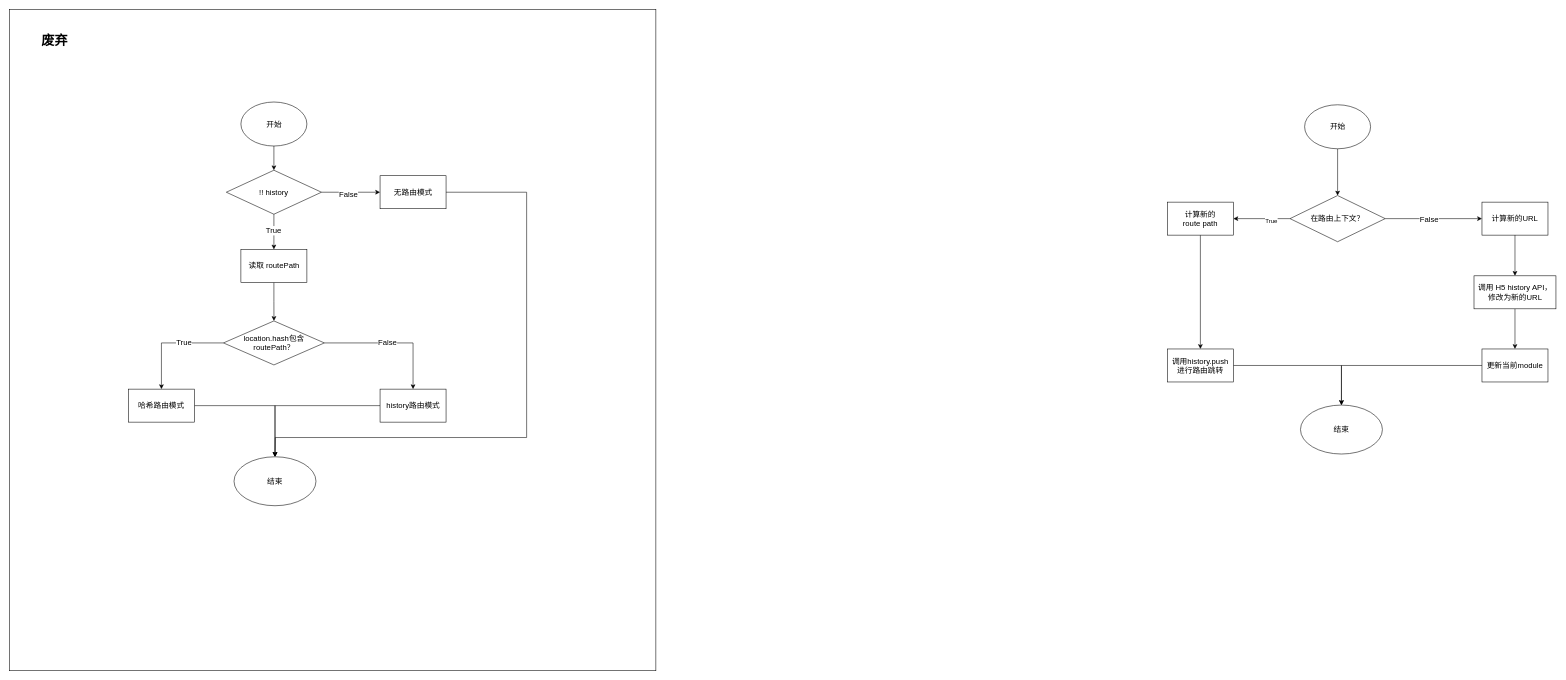
The draw.io diagram URL Manipulation.drawio in Zsynuting/diagram, before the edit. Source tidied: cells renumbered, new cells numbered last; positions are measured from the earlier drawing's top-left corner, leaving out a move shared by most shapes. Both pictures are drawn from the tidied source at 55%, with x=0, y=0 at pixel (9, 9).
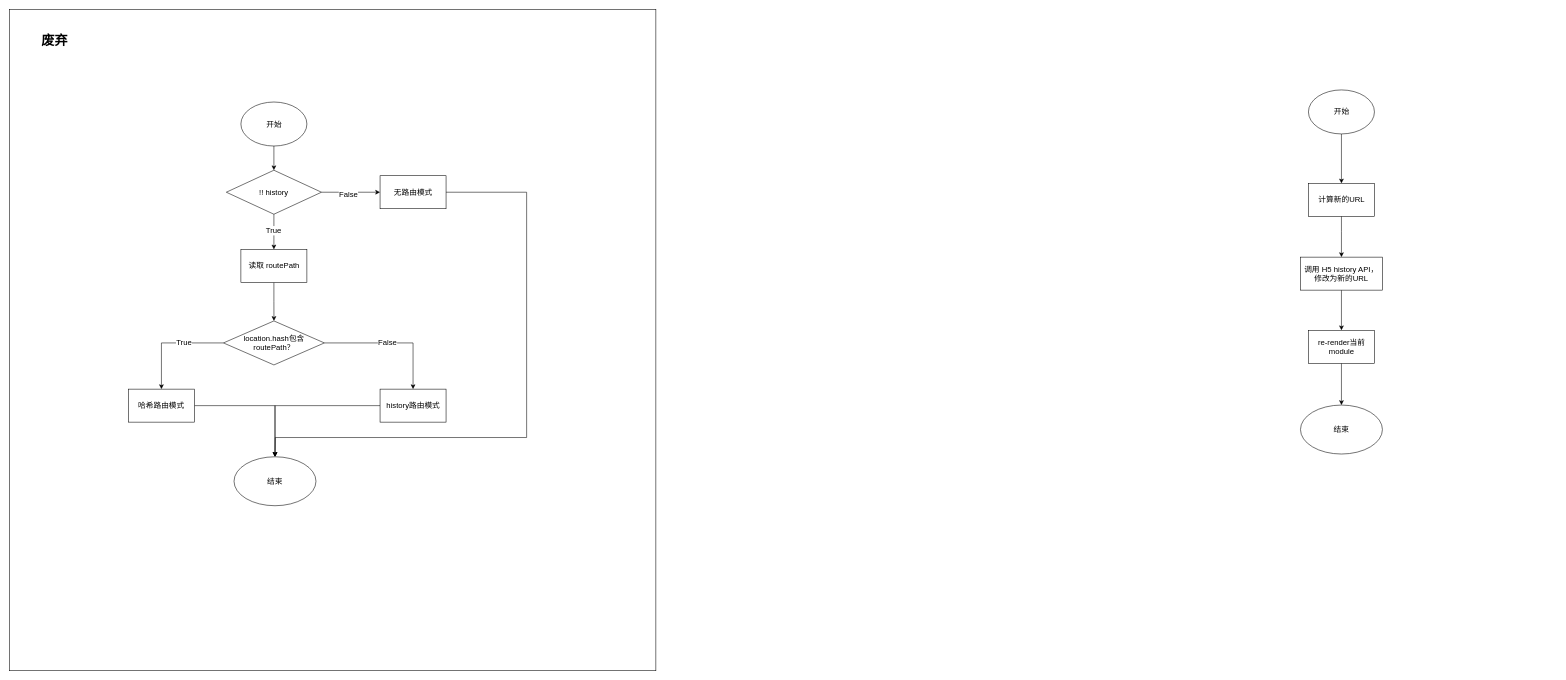
The same diagram, later.

The change refers to these unchanged cells:
```xml
<mxCell id="31" value="结束" style="ellipse;whiteSpace=wrap;html=1;fontSize=14;labelBorderColor=none;" parent="1" vertex="1">
  <mxGeometry x="2347" y="719" width="149" height="89" as="geometry" />
</mxCell>
```

Diff of the diagram source:
```diff
@@
-    <mxCell id="24" style="edgeStyle=orthogonalEdgeStyle;rounded=0;jettySize=auto;html=1;fontSize=14;labelBorderColor=none;" parent="1" edge="1" source="25" target="29">
+    <mxCell id="24" style="edgeStyle=orthogonalEdgeStyle;rounded=0;jettySize=auto;html=1;fontSize=14;labelBorderColor=none;" parent="1" edge="1" source="25" target="30">
       <mxGeometry relative="1" as="geometry" />
     </mxCell>
     <mxCell id="25" value="开始" style="ellipse;whiteSpace=wrap;html=1;fontSize=14;labelBorderColor=none;" parent="1" vertex="1">
-      <mxGeometry x="2354.5" y="173" width="120" height="80" as="geometry" />
+      <mxGeometry x="2361.5" y="146" width="120" height="80" as="geometry" />
     </mxCell>
-    <mxCell id="26" style="edgeStyle=orthogonalEdgeStyle;rounded=0;jettySize=auto;html=1;fontSize=14;labelBorderColor=none;" parent="1" edge="1" source="29" target="30">
-      <mxGeometry relative="1" as="geometry" />
-    </mxCell>
-    <mxCell id="27" value="False" style="edgeLabel;html=1;align=center;verticalAlign=middle;fontSize=14;labelBorderColor=none;" parent="26" vertex="1">
-      <mxGeometry x="-0.1" y="-3" relative="1" as="geometry">
-        <mxPoint y="-3" as="offset" />
-      </mxGeometry>
-    </mxCell>
-    <mxCell id="28" style="edgeStyle=orthogonalEdgeStyle;rounded=0;jettySize=auto;html=1;" parent="1" edge="1" source="42" target="36">
-      <mxGeometry x="0.01" relative="1" as="geometry" />
-    </mxCell>
-    <mxCell id="29" value="在路由上下文？" style="rhombus;whiteSpace=wrap;html=1;fontSize=14;labelBorderColor=none;" parent="1" vertex="1">
-      <mxGeometry x="2328" y="338" width="173" height="84" as="geometry" />
-    </mxCell>
     <mxCell id="30" value="计算新的URL" style="whiteSpace=wrap;html=1;fontSize=14;labelBorderColor=none;" parent="1" vertex="1">
-      <mxGeometry x="2677" y="350" width="120" height="60" as="geometry" />
+      <mxGeometry x="2361.5" y="316" width="120" height="60" as="geometry" />
     </mxCell>
@@
     <mxCell id="32" style="edgeStyle=orthogonalEdgeStyle;rounded=0;jettySize=auto;html=1;" parent="1" edge="1" source="30" target="34">
       <mxGeometry relative="1" as="geometry">
         <Array as="points">
-          <mxPoint x="2737" y="437" />
-          <mxPoint x="2737" y="437" />
+          <mxPoint x="2421.5" y="403" />
+          <mxPoint x="2421.5" y="403" />
         </Array>
       </mxGeometry>
     </mxCell>
@@
     <mxCell id="34" value="调用 H5 history API，&lt;br&gt;修改为新的URL" style="whiteSpace=wrap;html=1;fontSize=14;labelBorderColor=none;" parent="1" vertex="1">
-      <mxGeometry x="2662.5" y="484" width="149" height="60" as="geometry" />
+      <mxGeometry x="2347" y="450" width="149" height="60" as="geometry" />
     </mxCell>
-    <mxCell id="35" style="edgeStyle=orthogonalEdgeStyle;rounded=0;jettySize=auto;html=1;" parent="1" edge="1" source="36" target="31">
-      <mxGeometry relative="1" as="geometry" />
-    </mxCell>
-    <mxCell id="36" value="调用history.push&lt;br&gt;进行路由跳转" style="whiteSpace=wrap;html=1;fontSize=14;labelBorderColor=none;" parent="1" vertex="1">
-      <mxGeometry x="2105" y="617" width="120" height="60" as="geometry" />
-    </mxCell>
@@
-    <mxCell id="39" value="更新当前module" style="whiteSpace=wrap;html=1;fontSize=14;labelBorderColor=none;" parent="1" vertex="1">
-      <mxGeometry x="2677" y="617" width="120" height="60" as="geometry" />
+    <mxCell id="39" value="re-render当前module" style="whiteSpace=wrap;html=1;fontSize=14;labelBorderColor=none;" parent="1" vertex="1">
+      <mxGeometry x="2361.5" y="583" width="120" height="60" as="geometry" />
     </mxCell>
-    <mxCell id="40" style="edgeStyle=orthogonalEdgeStyle;rounded=0;jettySize=auto;html=1;" parent="1" edge="1" source="29" target="42">
-      <mxGeometry x="0.01" relative="1" as="geometry" />
-    </mxCell>
-    <mxCell id="41" value="True" style="edgeLabel;html=1;align=center;verticalAlign=middle;" parent="40" vertex="1">
-      <mxGeometry x="-0.32" y="3" relative="1" as="geometry" />
-    </mxCell>
-    <mxCell id="42" value="计算新的&lt;br&gt;route path" style="whiteSpace=wrap;html=1;fontSize=14;labelBorderColor=none;" parent="1" vertex="1">
-      <mxGeometry x="2105" y="350" width="120" height="60" as="geometry" />
-    </mxCell>
```
